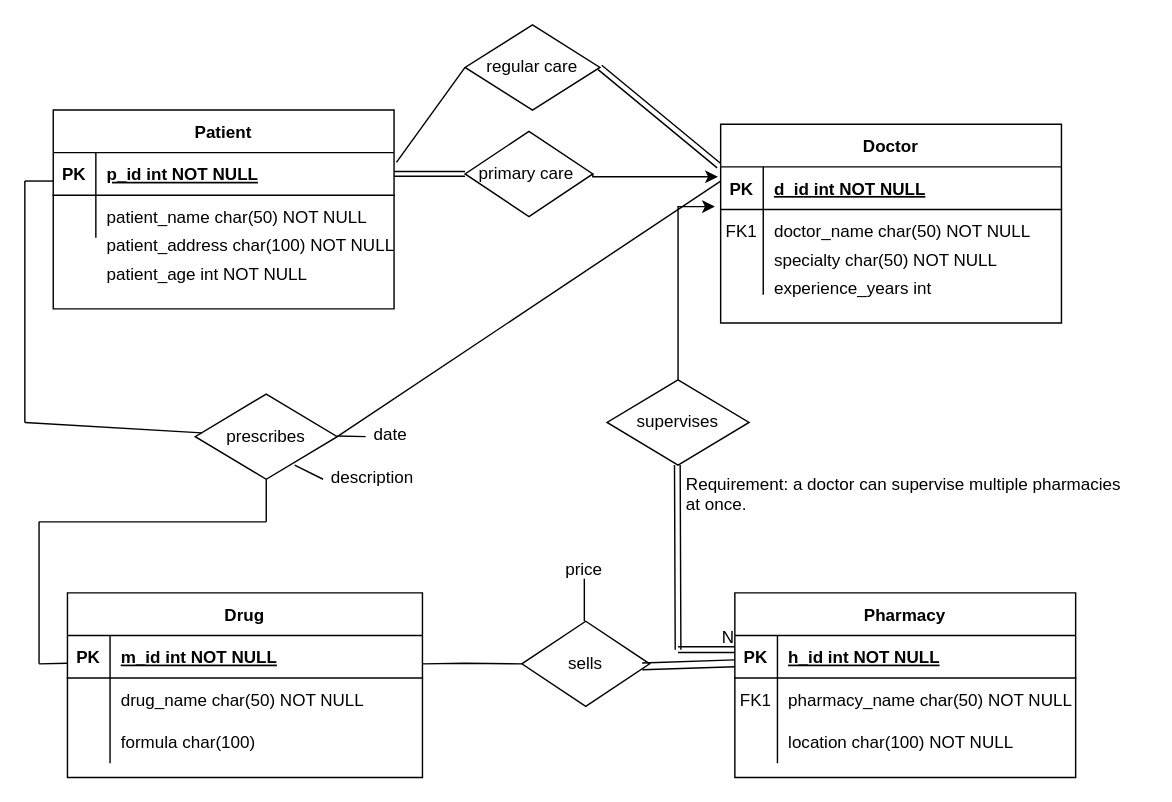
The draw.io diagram Untitled Diagram.drawio in cbm961/WordPuzzleGame, before the edit. Source tidied: cells renumbered, new cells numbered last; positions are measured from the earlier drawing's top-left corner, leaving out a move shared by most shapes. Both pictures are drawn from the tidied source at 142%, with x=0, y=0 at pixel (24, 24).
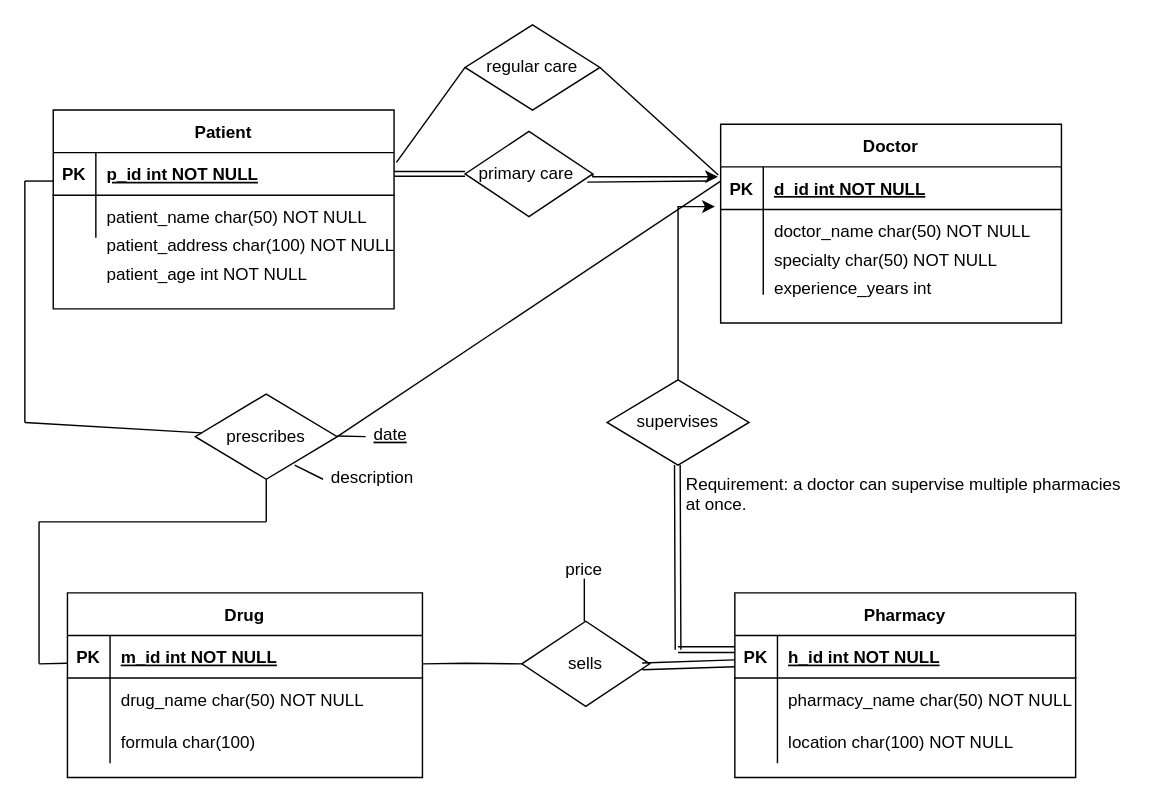
Above is the later version.

Unchanged cells that the change refers to:
```xml
<mxCell id="3" style="shape=partialRectangle;fillColor=none;points=[[0,0.5],[1,0.5]];portConstraint=eastwest;top=0;left=0;right=0;bottom=1;" parent="2" vertex="1">
  <mxGeometry y="30" width="240" height="30" as="geometry" />
</mxCell>
<mxCell id="6" style="shape=partialRectangle;fillColor=none;points=[[0,0.5],[1,0.5]];portConstraint=eastwest;top=0;left=0;right=0;bottom=0;" parent="2" vertex="1">
  <mxGeometry y="60" width="240" height="30" as="geometry" />
</mxCell>
<mxCell id="16" style="shape=partialRectangle;fillColor=none;top=0;left=0;right=0;bottom=0;" parent="12" vertex="1">
  <mxGeometry y="60" width="240" height="30" as="geometry" />
</mxCell>
<mxCell id="45" value="primary care&amp;nbsp;" style="shape=rhombus;perimeter=rhombusPerimeter;whiteSpace=wrap;html=1;align=center;" parent="1" vertex="1">
  <mxGeometry x="310" y="75" width="90" height="60" as="geometry" />
</mxCell>
<mxCell id="62" style="shape=link;html=1;rounded=0;" parent="1" edge="1">
  <mxGeometry relative="1" as="geometry">
    <mxPoint x="460" y="440" as="sourcePoint" />
    <mxPoint x="500" y="440" as="targetPoint" />
  </mxGeometry>
</mxCell>
<mxCell id="71" value="regular care" style="shape=rhombus;perimeter=rhombusPerimeter;whiteSpace=wrap;html=1;align=center;" parent="1" vertex="1">
  <mxGeometry x="310" width="95" height="60" as="geometry" />
</mxCell>
```

Change to the diagram source:
```diff
@@
-    <mxCell id="7" value="FK1" style="shape=partialRectangle;overflow=hidden;fillColor=none;top=0;left=0;bottom=0;right=0;" parent="6" vertex="1">
+    <mxCell id="7" style="shape=partialRectangle;overflow=hidden;fillColor=none;top=0;left=0;bottom=0;right=0;" parent="6" vertex="1">
       <mxGeometry width="30" height="30" as="geometry" />
     </mxCell>
@@
-    <mxCell id="17" value="FK1" style="shape=partialRectangle;overflow=hidden;fillColor=none;top=0;left=0;bottom=0;right=0;" parent="16" vertex="1">
+    <mxCell id="17" style="shape=partialRectangle;overflow=hidden;fillColor=none;top=0;left=0;bottom=0;right=0;" parent="16" vertex="1">
       <mxGeometry width="30" height="30" as="geometry" />
     </mxCell>
@@
-    <mxCell id="63" value="N" style="html=1;align=right;verticalAlign=bottom;" parent="62" vertex="1">
-      <mxGeometry x="1" relative="1" as="geometry" />
-    </mxCell>
@@
-    <mxCell id="66" value="date" style="text;strokeColor=none;fillColor=none;spacingLeft=4;spacingRight=4;overflow=hidden;fontSize=12;" parent="1" vertex="1">
+    <mxCell id="66" value="date" style="text;strokeColor=none;fillColor=none;spacingLeft=4;spacingRight=4;overflow=hidden;fontSize=12;fontStyle=4;" parent="1" vertex="1">
       <mxGeometry x="240" y="275" width="40" height="30" as="geometry" />
     </mxCell>
@@
+    <mxCell id="74" style="endArrow=none;html=1;rounded=0;exitX=0.956;exitY=0.596;exitDx=0;exitDy=0;exitPerimeter=0;" parent="1" edge="1" source="45">
+      <mxGeometry relative="1" as="geometry">
+        <mxPoint x="480" y="110" as="targetPoint" />
+      </mxGeometry>
+    </mxCell>
-    <mxCell id="73" style="shape=link;html=1;rounded=0;entryX=-0.005;entryY=-0.027;entryDx=0;entryDy=0;entryPerimeter=0;exitX=1;exitY=0.5;exitDx=0;exitDy=0;" parent="1" edge="1" source="71" target="3">
+    <mxCell id="73" style="endArrow=none;html=1;rounded=0;exitX=1;exitY=0.5;exitDx=0;exitDy=0;entryX=-0.007;entryY=0.189;entryDx=0;entryDy=0;entryPerimeter=0;" parent="1" edge="1" source="71" target="3">
       <mxGeometry relative="1" as="geometry" />
     </mxCell>
```
